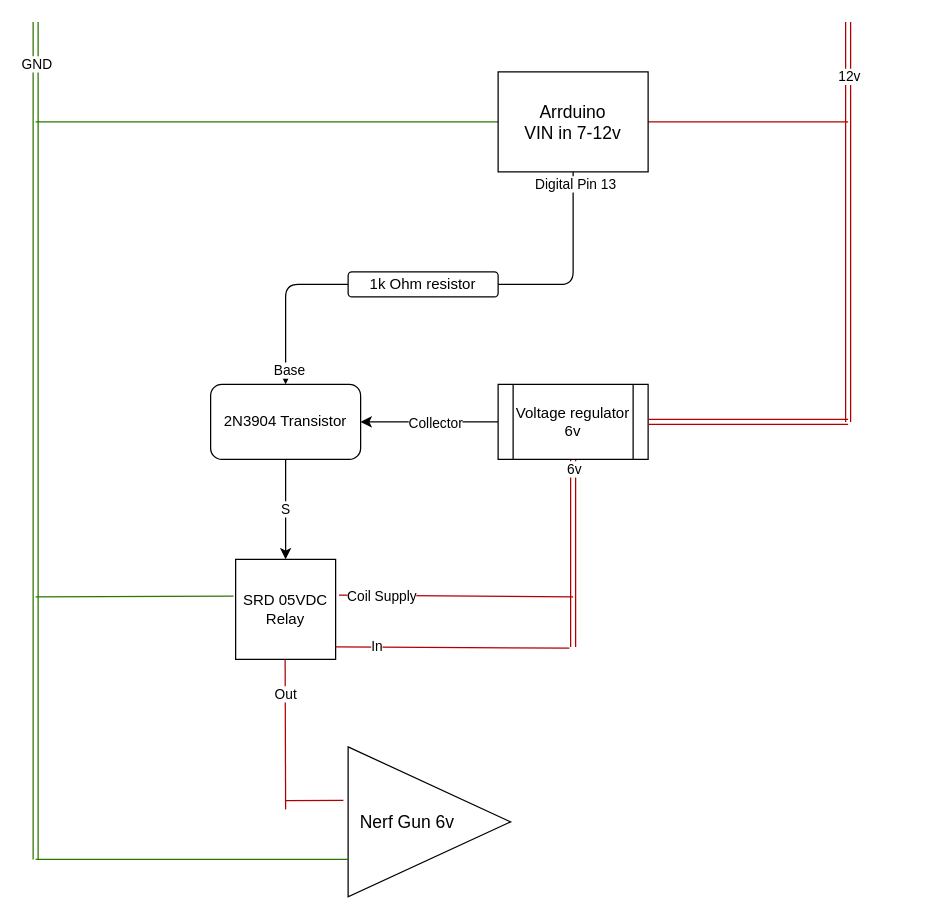
Earlier version of the draw.io diagram components/nerf_gun/nerf_gun_circuit_diagram.drawio (anjrew/Autonomous-Nerf-Turret). Source tidied: cells renumbered, new cells numbered last; positions are measured from the earlier drawing's top-left corner, leaving out a move shared by most shapes. Both pictures are drawn from the tidied source at 125%, with x=0, y=0 at pixel (35, 21).
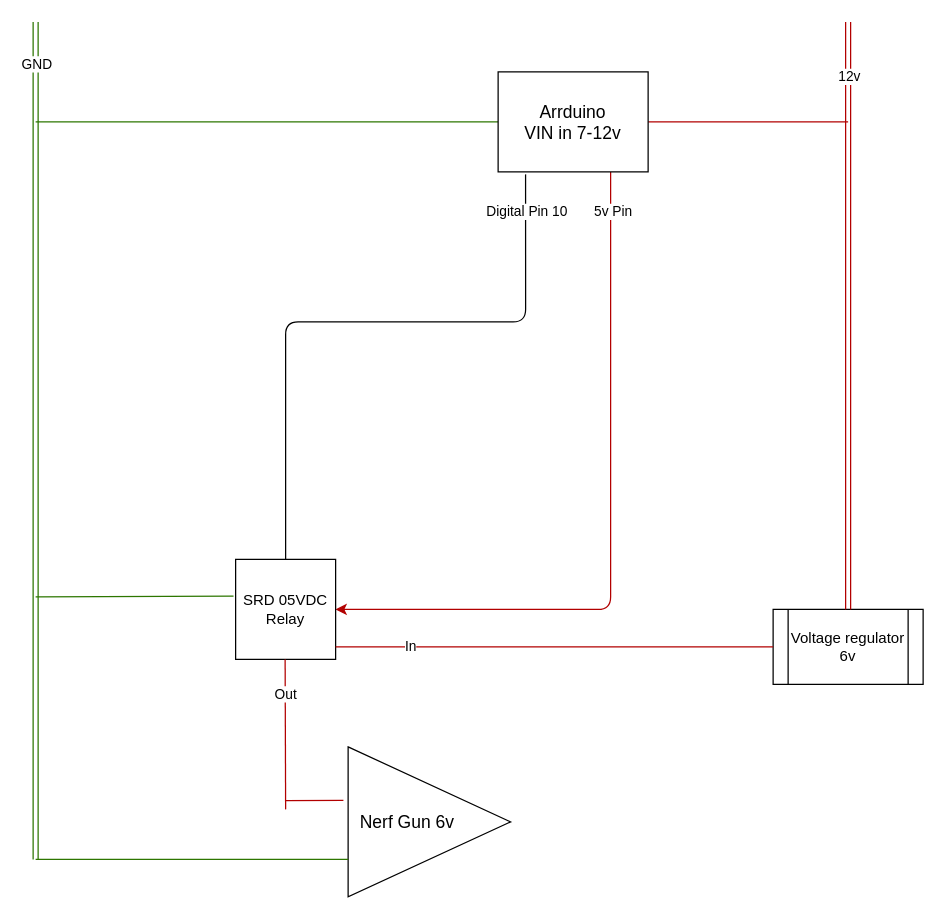
After the change.

The change refers to these unchanged cells:
```xml
<mxCell id="20" value="Arrduino&lt;br&gt;VIN in 7-12v" style="rounded=0;whiteSpace=wrap;html=1;fontSize=14;" parent="1" vertex="1">
  <mxGeometry x="370" y="40" width="120" height="80" as="geometry" />
</mxCell>
<mxCell id="24" value="SRD 05VDC Relay" style="whiteSpace=wrap;html=1;" parent="1" vertex="1">
  <mxGeometry x="160" y="430" width="80" height="80" as="geometry" />
</mxCell>
```

The edit, as a diff of the source:
```diff
@@
-    <mxCell id="5" style="shape=link;html=1;fillColor=#e51400;strokeColor=#B20000;exitX=0.5;exitY=1;exitDx=0;exitDy=0;" parent="1" edge="1" source="9">
-      <mxGeometry relative="1" as="geometry">
-        <mxPoint x="430" y="500" as="targetPoint" />
-        <Array as="points">
-          <mxPoint x="430" y="470" />
-        </Array>
-      </mxGeometry>
-    </mxCell>
-    <mxCell id="6" value="6v" style="edgeLabel;html=1;align=center;verticalAlign=middle;" parent="5" vertex="1">
-      <mxGeometry x="-0.91" relative="1" as="geometry" />
-    </mxCell>
-    <mxCell id="7" style="edgeStyle=none;html=1;entryX=1;entryY=0.5;entryDx=0;entryDy=0;" parent="1" edge="1" source="9" target="15">
-      <mxGeometry relative="1" as="geometry" />
-    </mxCell>
-    <mxCell id="8" value="Collector" style="edgeLabel;html=1;align=center;verticalAlign=middle;" parent="7" vertex="1">
-      <mxGeometry x="0.29" relative="1" as="geometry">
-        <mxPoint x="20" as="offset" />
-      </mxGeometry>
-    </mxCell>
     <mxCell id="9" value="Voltage regulator&lt;br&gt;6v" style="shape=process;whiteSpace=wrap;html=1;backgroundOutline=1;" parent="1" vertex="1">
-      <mxGeometry x="370" y="290" width="120" height="60" as="geometry" />
+      <mxGeometry x="590" y="470" width="120" height="60" as="geometry" />
     </mxCell>
@@
-    <mxCell id="13" style="shape=link;html=1;fillColor=#e51400;strokeColor=#B20000;entryX=1;entryY=0.5;entryDx=0;entryDy=0;" parent="1" edge="1" target="9">
+    <mxCell id="13" style="shape=link;html=1;fillColor=#e51400;strokeColor=#B20000;entryX=0.5;entryY=0;entryDx=0;entryDy=0;" parent="1" edge="1" target="9">
       <mxGeometry relative="1" as="geometry">
         <mxPoint x="650" y="320" as="sourcePoint" />
       </mxGeometry>
     </mxCell>
-    <mxCell id="14" value="S" style="edgeStyle=none;html=1;entryX=0.5;entryY=0;entryDx=0;entryDy=0;" parent="1" edge="1" source="15" target="24">
-      <mxGeometry relative="1" as="geometry" />
-    </mxCell>
-    <mxCell id="15" value="2N3904 Transistor" style="rounded=1;whiteSpace=wrap;html=1;" parent="1" vertex="1">
-      <mxGeometry x="140" y="290" width="120" height="60" as="geometry" />
-    </mxCell>
@@
-    <mxCell id="18" style="edgeStyle=none;html=1;entryX=0.5;entryY=0;entryDx=0;entryDy=0;startArrow=none;" parent="1" edge="1" source="23" target="15">
-      <mxGeometry relative="1" as="geometry">
-        <Array as="points">
-          <mxPoint x="200" y="210" />
-        </Array>
-      </mxGeometry>
-    </mxCell>
-    <mxCell id="19" value="Base" style="edgeLabel;html=1;align=center;verticalAlign=middle;" parent="18" vertex="1">
-      <mxGeometry x="0.81" y="2" relative="1" as="geometry" />
-    </mxCell>
+    <mxCell id="33" style="edgeStyle=none;html=1;exitX=0.75;exitY=1;exitDx=0;exitDy=0;entryX=1;entryY=0.5;entryDx=0;entryDy=0;fillColor=#e51400;strokeColor=#B20000;" parent="1" edge="1" source="20" target="24">
+      <mxGeometry relative="1" as="geometry">
+        <Array as="points">
+          <mxPoint x="460" y="470" />
+        </Array>
+      </mxGeometry>
+    </mxCell>
+    <mxCell id="34" value="5v Pin" style="edgeLabel;html=1;align=center;verticalAlign=middle;" parent="33" vertex="1">
+      <mxGeometry x="-0.89" y="1" relative="1" as="geometry" />
+    </mxCell>
@@
-    <mxCell id="21" style="edgeStyle=none;html=1;entryX=1;entryY=0.5;entryDx=0;entryDy=0;endArrow=none;" parent="1" edge="1" source="20" target="23">
+    <mxCell id="21" style="edgeStyle=none;html=1;entryX=0.5;entryY=0;entryDx=0;entryDy=0;endArrow=none;exitX=0.183;exitY=1.025;exitDx=0;exitDy=0;exitPerimeter=0;" parent="1" edge="1" source="20" target="24">
       <mxGeometry relative="1" as="geometry">
         <Array as="points">
-          <mxPoint x="430" y="210" />
+          <mxPoint x="392" y="240" />
+          <mxPoint x="200" y="240" />
         </Array>
       </mxGeometry>
     </mxCell>
-    <mxCell id="22" value="Digital Pin 13" style="edgeLabel;html=1;align=center;verticalAlign=middle;" parent="21" vertex="1">
+    <mxCell id="22" value="Digital Pin 10" style="edgeLabel;html=1;align=center;verticalAlign=middle;" parent="21" vertex="1">
       <mxGeometry x="-0.88" y="1" relative="1" as="geometry" />
     </mxCell>
-    <mxCell id="23" value="1k Ohm resistor" style="rounded=1;whiteSpace=wrap;html=1;" parent="1" vertex="1">
-      <mxGeometry x="250" y="200" width="120" height="20" as="geometry" />
-    </mxCell>
@@
-    <mxCell id="25" style="endArrow=none;html=1;fontSize=14;exitX=1.034;exitY=0.357;exitDx=0;exitDy=0;fillColor=#e51400;strokeColor=#B20000;exitPerimeter=0;" parent="1" edge="1" source="24">
-      <mxGeometry relative="1" as="geometry">
-        <mxPoint x="430" y="460" as="targetPoint" />
-      </mxGeometry>
-    </mxCell>
-    <mxCell id="26" value="Coil Supply" style="edgeLabel;html=1;align=center;verticalAlign=middle;" parent="25" vertex="1">
-      <mxGeometry x="-0.64" y="-1" relative="1" as="geometry" />
-    </mxCell>
@@
-    <mxCell id="30" style="endArrow=none;html=1;fontSize=14;exitX=1.034;exitY=0.357;exitDx=0;exitDy=0;fillColor=#e51400;strokeColor=#B20000;exitPerimeter=0;" parent="1" edge="1">
+    <mxCell id="30" style="endArrow=none;html=1;fontSize=14;exitX=1.034;exitY=0.357;exitDx=0;exitDy=0;fillColor=#e51400;strokeColor=#B20000;exitPerimeter=0;" parent="1" edge="1" target="9">
       <mxGeometry relative="1" as="geometry">
         <mxPoint x="240" y="500" as="sourcePoint" />
-        <mxPoint x="427" y="501" as="targetPoint" />
       </mxGeometry>
     </mxCell>
```
